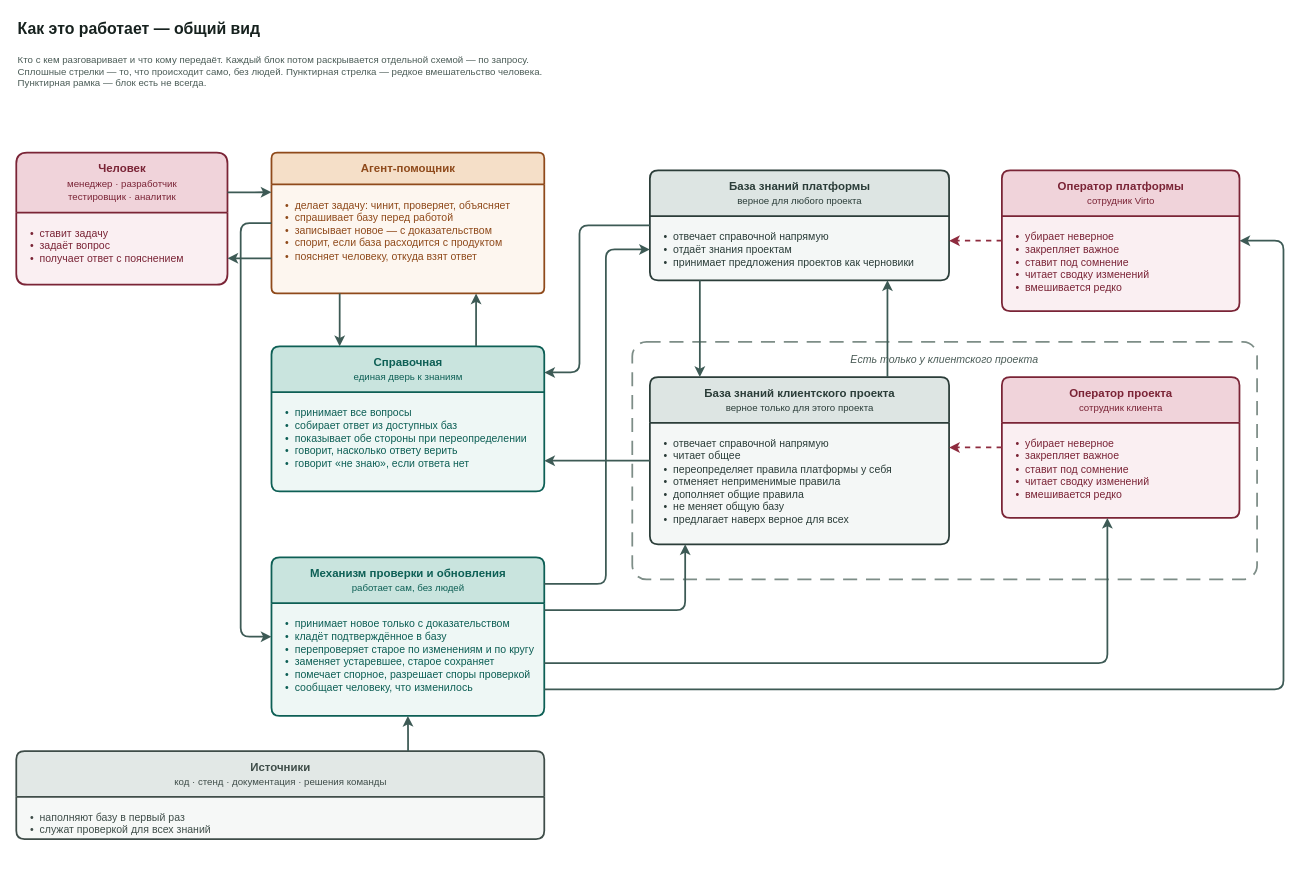
Before: docs/adr/adr-knowledge-base-v3-overview.drawio in VirtoCommerce/ai-tools, a draw.io diagram. Source tidied: cells renumbered, new cells numbered last; positions are measured from the earlier drawing's top-left corner, leaving out a move shared by most shapes. Both pictures are drawn from the tidied source at 88%, with x=0, y=0 at pixel (16, 15).
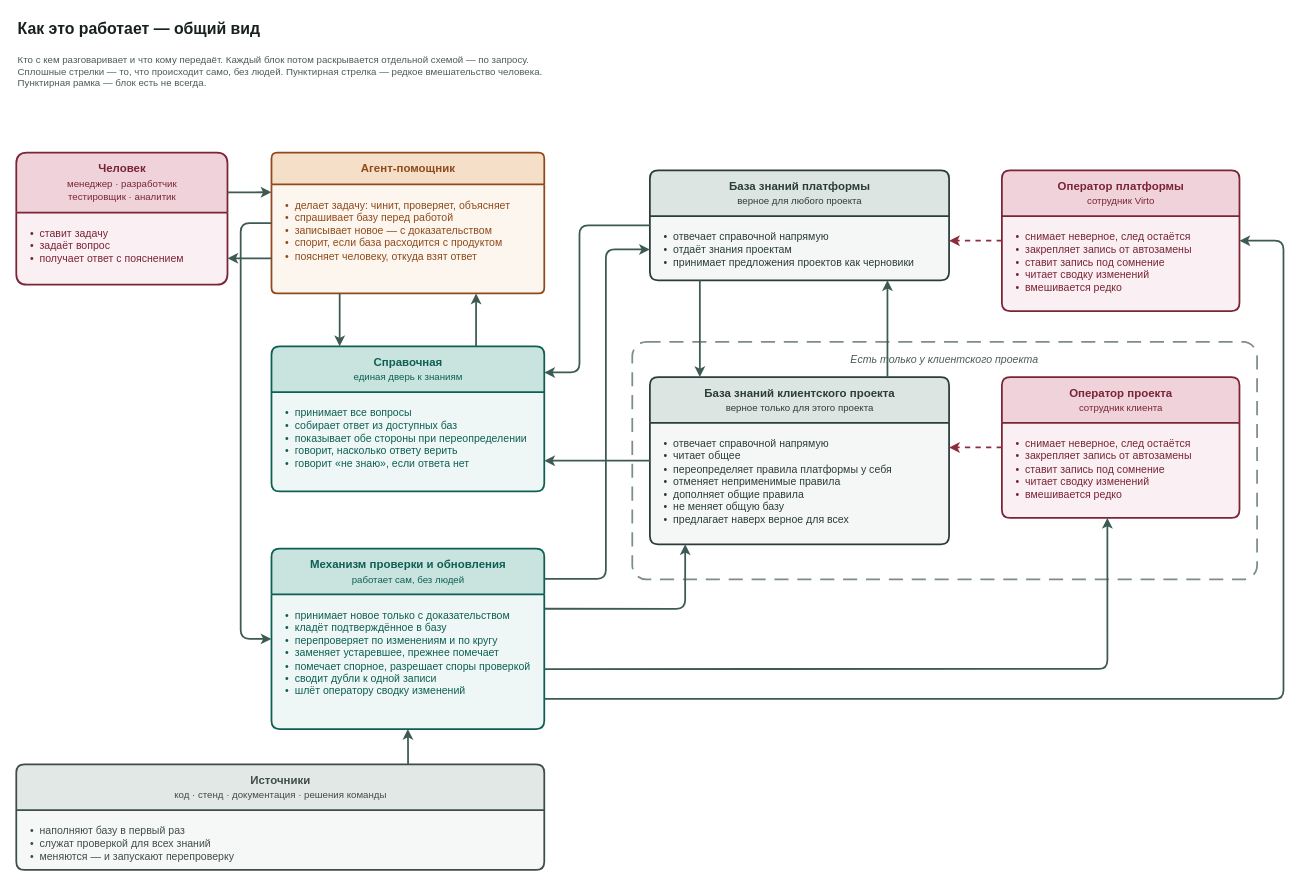
Above is the later version.

Commit message (it also covers changes not shown here):
docs(adr): kb v3 — тезисы блоков сверены со стрелками и ADR (VCST-5776)

The change refers to these unchanged cells:
```xml
<mxCell id="6" value="Агент-помощник" style="swimlane;html=1;rounded=1;arcSize=6;startSize=36;horizontal=1;fillColor=#f5dfc8;swimlaneFillColor=#fdf6ef;strokeColor=#8f4a1b;fontColor=#8f4a1b;fontSize=13;fontStyle=1;align=center;verticalAlign=middle;strokeWidth=2;fontFamily=Helvetica;" parent="1" vertex="1">
  <mxGeometry x="290" y="156" width="310" height="160" as="geometry" />
</mxCell>
<mxCell id="11" value="База знаний платформы&lt;br&gt;&lt;span style=&quot;font-size:11px;font-weight:normal&quot;&gt;верное для любого проекта&lt;/span&gt;" style="swimlane;html=1;rounded=1;arcSize=6;startSize=52;horizontal=1;fillColor=#dde5e3;swimlaneFillColor=#f4f7f6;strokeColor=#2b3d39;fontColor=#2b3d39;fontSize=13;fontStyle=1;align=center;verticalAlign=middle;strokeWidth=2;fontFamily=Helvetica;" parent="1" vertex="1">
  <mxGeometry x="720" y="176" width="340" height="125" as="geometry" />
</mxCell>
<mxCell id="13" value="База знаний клиентского проекта&lt;br&gt;&lt;span style=&quot;font-size:11px;font-weight:normal&quot;&gt;верное только для этого проекта&lt;/span&gt;" style="swimlane;html=1;rounded=1;arcSize=6;startSize=52;horizontal=1;fillColor=#dde5e3;swimlaneFillColor=#f4f7f6;strokeColor=#2b3d39;fontColor=#2b3d39;fontSize=13;fontStyle=1;align=center;verticalAlign=middle;strokeWidth=2;fontFamily=Helvetica;" parent="1" vertex="1">
  <mxGeometry x="720" y="411" width="340" height="190" as="geometry" />
</mxCell>
<mxCell id="17" value="Оператор платформы&lt;br&gt;&lt;span style=&quot;font-size:11px;font-weight:normal&quot;&gt;сотрудник Virto&lt;/span&gt;" style="swimlane;html=1;rounded=1;arcSize=6;startSize=52;horizontal=1;fillColor=#f0d3da;swimlaneFillColor=#faeff2;strokeColor=#7a2436;fontColor=#7a2436;fontSize=13;fontStyle=1;align=center;verticalAlign=middle;strokeWidth=2;fontFamily=Helvetica;" parent="1" vertex="1">
  <mxGeometry x="1120" y="176" width="270" height="160" as="geometry" />
</mxCell>
<mxCell id="19" value="Оператор проекта&lt;br&gt;&lt;span style=&quot;font-size:11px;font-weight:normal&quot;&gt;сотрудник клиента&lt;/span&gt;" style="swimlane;html=1;rounded=1;arcSize=6;startSize=52;horizontal=1;fillColor=#f0d3da;swimlaneFillColor=#faeff2;strokeColor=#7a2436;fontColor=#7a2436;fontSize=13;fontStyle=1;align=center;verticalAlign=middle;strokeWidth=2;fontFamily=Helvetica;" parent="1" vertex="1">
  <mxGeometry x="1120" y="411" width="270" height="160" as="geometry" />
</mxCell>
```

The edit, as a diff of the source:
```diff
@@
     <mxCell id="15" value="Механизм проверки и обновления&lt;br&gt;&lt;span style=&quot;font-size:11px;font-weight:normal&quot;&gt;работает сам, без людей&lt;/span&gt;" style="swimlane;html=1;rounded=1;arcSize=6;startSize=52;horizontal=1;fillColor=#c9e4de;swimlaneFillColor=#eef7f5;strokeColor=#0d5f55;fontColor=#0d5f55;fontSize=13;fontStyle=1;align=center;verticalAlign=middle;strokeWidth=2;fontFamily=Helvetica;" parent="1" vertex="1">
-      <mxGeometry x="290" y="616" width="310" height="180" as="geometry" />
+      <mxGeometry x="290" y="606" width="310" height="205" as="geometry" />
     </mxCell>
-    <mxCell id="16" value="•&amp;nbsp; принимает новое только с доказательством&lt;br&gt;•&amp;nbsp; кладёт подтверждённое в базу&lt;br&gt;•&amp;nbsp; перепроверяет старое по изменениям и по кругу&lt;br&gt;•&amp;nbsp; заменяет устаревшее, старое сохраняет&lt;br&gt;•&amp;nbsp; помечает спорное, разрешает споры проверкой&lt;br&gt;•&amp;nbsp; сообщает человеку, что изменилось" style="text;html=1;align=left;verticalAlign=top;whiteSpace=wrap;spacingLeft=14;spacingTop=10;spacingRight=10;fontSize=12;fontColor=#0d5f55;fontFamily=Helvetica;" parent="15" vertex="1">
-      <mxGeometry y="52" width="310" height="128" as="geometry" />
+    <mxCell id="16" value="•&amp;nbsp; принимает новое только с доказательством&lt;br&gt;•&amp;nbsp; кладёт подтверждённое в базу&lt;br&gt;•&amp;nbsp; перепроверяет по изменениям и по кругу&lt;br&gt;•&amp;nbsp; заменяет устаревшее, прежнее помечает&lt;br&gt;•&amp;nbsp; помечает спорное, разрешает споры проверкой&lt;br&gt;•&amp;nbsp; сводит дубли к одной записи&lt;br&gt;•&amp;nbsp; шлёт оператору сводку изменений" style="text;html=1;align=left;verticalAlign=top;whiteSpace=wrap;spacingLeft=14;spacingTop=10;spacingRight=10;fontSize=12;fontColor=#0d5f55;fontFamily=Helvetica;" parent="15" vertex="1">
+      <mxGeometry y="52" width="310" height="153" as="geometry" />
     </mxCell>
@@
-    <mxCell id="18" value="•&amp;nbsp; убирает неверное&lt;br&gt;•&amp;nbsp; закрепляет важное&lt;br&gt;•&amp;nbsp; ставит под сомнение&lt;br&gt;•&amp;nbsp; читает сводку изменений&lt;br&gt;•&amp;nbsp; вмешивается редко" style="text;html=1;align=left;verticalAlign=top;whiteSpace=wrap;spacingLeft=14;spacingTop=10;spacingRight=10;fontSize=12;fontColor=#7a2436;fontFamily=Helvetica;" parent="17" vertex="1">
+    <mxCell id="18" value="•&amp;nbsp; снимает неверное, след остаётся&lt;br&gt;•&amp;nbsp; закрепляет запись от автозамены&lt;br&gt;•&amp;nbsp; ставит запись под сомнение&lt;br&gt;•&amp;nbsp; читает сводку изменений&lt;br&gt;•&amp;nbsp; вмешивается редко" style="text;html=1;align=left;verticalAlign=top;whiteSpace=wrap;spacingLeft=14;spacingTop=10;spacingRight=10;fontSize=12;fontColor=#7a2436;fontFamily=Helvetica;" parent="17" vertex="1">
       <mxGeometry y="52" width="270" height="108" as="geometry" />
     </mxCell>
@@
-    <mxCell id="20" value="•&amp;nbsp; убирает неверное&lt;br&gt;•&amp;nbsp; закрепляет важное&lt;br&gt;•&amp;nbsp; ставит под сомнение&lt;br&gt;•&amp;nbsp; читает сводку изменений&lt;br&gt;•&amp;nbsp; вмешивается редко" style="text;html=1;align=left;verticalAlign=top;whiteSpace=wrap;spacingLeft=14;spacingTop=10;spacingRight=10;fontSize=12;fontColor=#7a2436;fontFamily=Helvetica;" parent="19" vertex="1">
+    <mxCell id="20" value="•&amp;nbsp; снимает неверное, след остаётся&lt;br&gt;•&amp;nbsp; закрепляет запись от автозамены&lt;br&gt;•&amp;nbsp; ставит запись под сомнение&lt;br&gt;•&amp;nbsp; читает сводку изменений&lt;br&gt;•&amp;nbsp; вмешивается редко" style="text;html=1;align=left;verticalAlign=top;whiteSpace=wrap;spacingLeft=14;spacingTop=10;spacingRight=10;fontSize=12;fontColor=#7a2436;fontFamily=Helvetica;" parent="19" vertex="1">
       <mxGeometry y="52" width="270" height="108" as="geometry" />
     </mxCell>
     <mxCell id="21" value="Источники&lt;br&gt;&lt;span style=&quot;font-size:11px;font-weight:normal&quot;&gt;код · стенд · документация · решения команды&lt;/span&gt;" style="swimlane;html=1;rounded=1;arcSize=6;startSize=52;horizontal=1;fillColor=#e2e8e6;swimlaneFillColor=#f6f8f7;strokeColor=#3f4d49;fontColor=#3f4d49;fontSize=13;fontStyle=1;align=center;verticalAlign=middle;strokeWidth=2;fontFamily=Helvetica;" parent="1" vertex="1">
-      <mxGeometry y="836" width="600" height="100" as="geometry" />
+      <mxGeometry y="851" width="600" height="120" as="geometry" />
     </mxCell>
-    <mxCell id="22" value="•&amp;nbsp; наполняют базу в первый раз&lt;br&gt;•&amp;nbsp; служат проверкой для всех знаний" style="text;html=1;align=left;verticalAlign=top;whiteSpace=wrap;spacingLeft=14;spacingTop=10;spacingRight=10;fontSize=12;fontColor=#3f4d49;fontFamily=Helvetica;" parent="21" vertex="1">
-      <mxGeometry y="52" width="600" height="48" as="geometry" />
+    <mxCell id="22" value="•&amp;nbsp; наполняют базу в первый раз&lt;br&gt;•&amp;nbsp; служат проверкой для всех знаний&lt;br&gt;•&amp;nbsp; меняются — и запускают перепроверку" style="text;html=1;align=left;verticalAlign=top;whiteSpace=wrap;spacingLeft=14;spacingTop=10;spacingRight=10;fontSize=12;fontColor=#3f4d49;fontFamily=Helvetica;" parent="21" vertex="1">
+      <mxGeometry y="52" width="600" height="68" as="geometry" />
     </mxCell>
@@
     <mxCell id="29" style="edgeStyle=orthogonalEdgeStyle;rounded=1;html=1;labelBackgroundColor=#ffffff;fontSize=12;strokeWidth=2;strokeColor=#3d5a55;fontColor=#2f3a37;fontFamily=Helvetica;exitX=0;exitY=0.5;exitDx=0;exitDy=0;entryX=0;entryY=0.5;entryDx=0;entryDy=0;" parent="1" edge="1" source="6" target="15">
       <mxGeometry relative="1" as="geometry">
         <Array as="points">
           <mxPoint x="255" y="236" />
-          <mxPoint x="255" y="706" />
+          <mxPoint x="255" y="709" />
         </Array>
       </mxGeometry>
     </mxCell>
     <mxCell id="30" style="edgeStyle=orthogonalEdgeStyle;rounded=1;html=1;labelBackgroundColor=#ffffff;fontSize=12;strokeWidth=2;strokeColor=#3d5a55;fontColor=#2f3a37;fontFamily=Helvetica;exitX=1;exitY=0.167;exitDx=0;exitDy=0;entryX=0;entryY=0.72;entryDx=0;entryDy=0;" parent="1" edge="1" source="15" target="11">
       <mxGeometry relative="1" as="geometry">
         <Array as="points">
-          <mxPoint x="670" y="646" />
+          <mxPoint x="670" y="640" />
           <mxPoint x="670" y="266" />
         </Array>
       </mxGeometry>
     </mxCell>
     <mxCell id="31" style="edgeStyle=orthogonalEdgeStyle;rounded=1;html=1;labelBackgroundColor=#ffffff;fontSize=12;strokeWidth=2;strokeColor=#3d5a55;fontColor=#2f3a37;fontFamily=Helvetica;exitX=1;exitY=0.333;exitDx=0;exitDy=0;entryX=0.118;entryY=1;entryDx=0;entryDy=0;" parent="1" edge="1" source="15" target="13">
       <mxGeometry relative="1" as="geometry">
         <Array as="points">
-          <mxPoint x="760" y="676" />
+          <mxPoint x="760" y="674" />
         </Array>
       </mxGeometry>
     </mxCell>
@@
     <mxCell id="34" style="edgeStyle=orthogonalEdgeStyle;rounded=1;html=1;labelBackgroundColor=#ffffff;fontSize=12;strokeWidth=2;strokeColor=#3d5a55;fontColor=#2f3a37;fontFamily=Helvetica;exitX=1;exitY=0.667;exitDx=0;exitDy=0;entryX=0.444;entryY=1;entryDx=0;entryDy=0;" parent="1" edge="1" source="15" target="19">
       <mxGeometry relative="1" as="geometry">
         <Array as="points">
-          <mxPoint x="1240" y="736" />
+          <mxPoint x="1240" y="743" />
         </Array>
       </mxGeometry>
     </mxCell>
     <mxCell id="35" style="edgeStyle=orthogonalEdgeStyle;rounded=1;html=1;labelBackgroundColor=#ffffff;fontSize=12;strokeWidth=2;strokeColor=#3d5a55;fontColor=#2f3a37;fontFamily=Helvetica;exitX=1;exitY=0.833;exitDx=0;exitDy=0;entryX=1;entryY=0.5;entryDx=0;entryDy=0;" parent="1" edge="1" source="15" target="17">
       <mxGeometry relative="1" as="geometry">
         <Array as="points">
-          <mxPoint x="1440" y="766" />
+          <mxPoint x="1440" y="777" />
           <mxPoint x="1440" y="256" />
         </Array>
       </mxGeometry>
     </mxCell>
```
